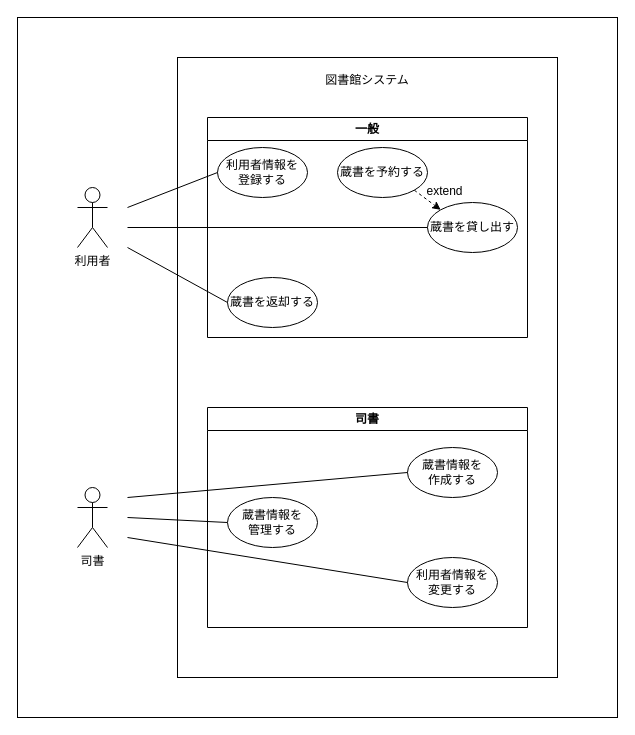
The draw.io diagram ユースケース図/liblaly_ユースケース図.drawio in lc-lor-lcb/liblary, before the edit. Source tidied: cells renumbered, new cells numbered last; positions are measured from the earlier drawing's top-left corner, leaving out a move shared by most shapes. Both pictures are drawn from the tidied source at 100%, with x=0, y=0 at pixel (17, 17).
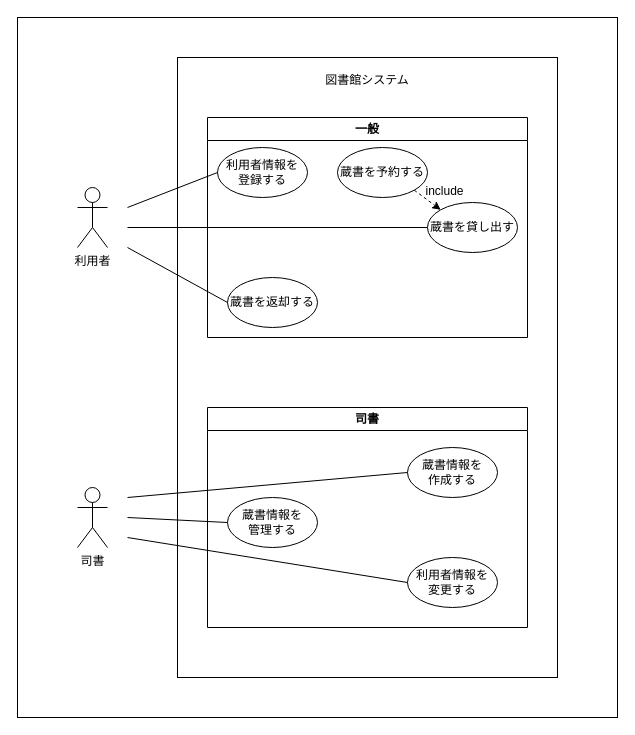
The same page after the edit.

The change refers to these unchanged cells:
```xml
<mxCell id="6" value="一般" style="swimlane;whiteSpace=wrap;html=1;" parent="1" vertex="1">
  <mxGeometry x="190" y="100" width="320" height="220" as="geometry" />
</mxCell>
```

Diff of the diagram source:
```diff
@@
-    <mxCell id="10" value="extend" style="text;html=1;align=center;verticalAlign=middle;strokeColor=none;fillColor=none;" parent="6" vertex="1">
+    <mxCell id="10" value="include" style="text;html=1;align=center;verticalAlign=middle;strokeColor=none;fillColor=none;" parent="6" vertex="1">
       <mxGeometry x="207" y="59" width="60" height="30" as="geometry" />
     </mxCell>
```
